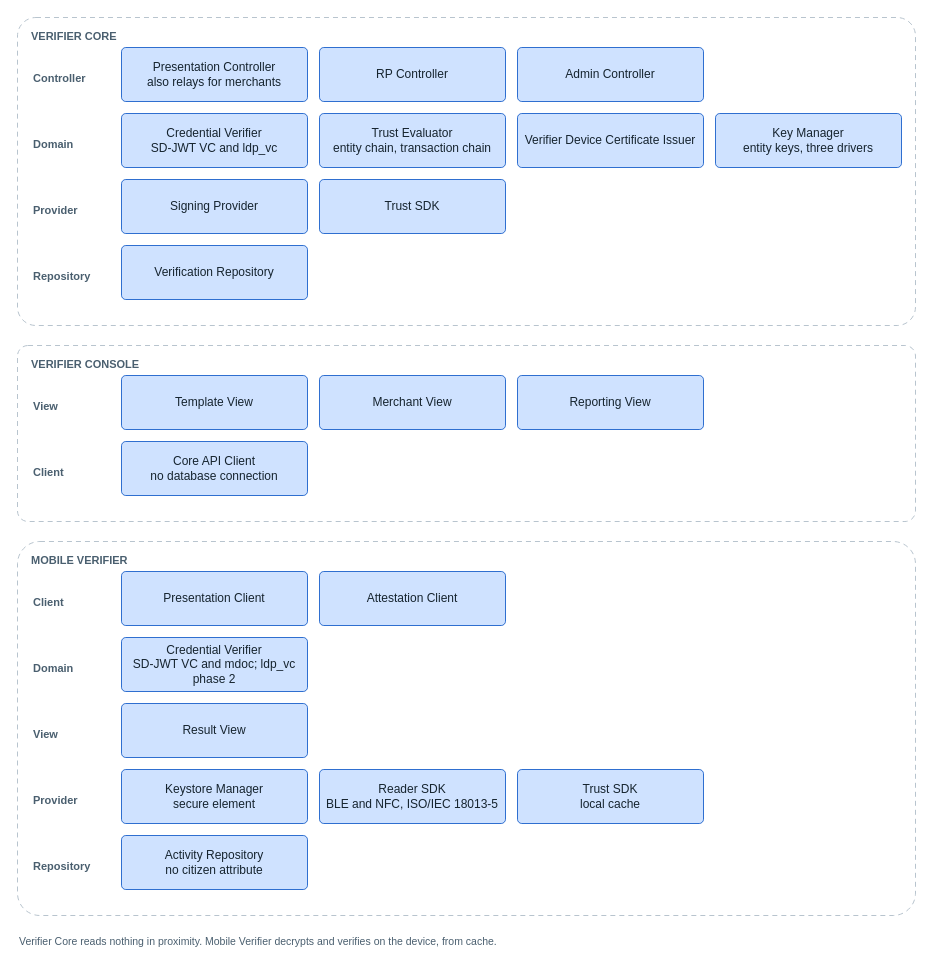
id-verifiable-credential-dev/id-doc-idctf keeps this draw.io diagram as images/architecture-framework/software-architecture/component-verifier-services.drawio. Above is the earlier version. Source tidied: cells renumbered, new cells numbered last; positions are measured from the earlier drawing's top-left corner, leaving out a move shared by most shapes. Both pictures are drawn from the tidied source at 100%, with x=0, y=0 at pixel (17, 17).
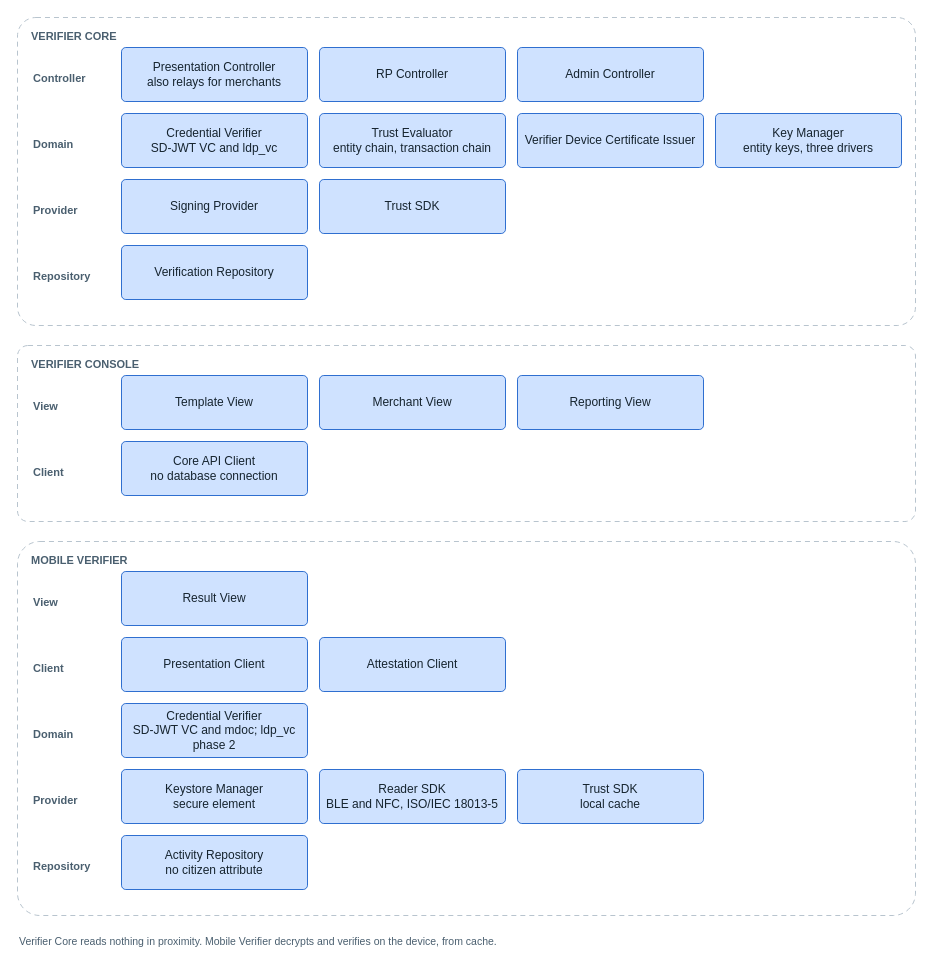
The same diagram, later.

Change to the diagram source:
```diff
@@
-    <mxCell id="25" value="Client" style="text;html=1;strokeColor=none;fillColor=none;align=left;verticalAlign=middle;fontSize=11;fontColor=#4a5f6f;fontStyle=1;" parent="1" vertex="1">
+    <mxCell id="25" value="View" style="text;html=1;strokeColor=none;fillColor=none;align=left;verticalAlign=middle;fontSize=11;fontColor=#4a5f6f;fontStyle=1;" parent="1" vertex="1">
       <mxGeometry x="14" y="575" width="100" height="20" as="geometry" />
     </mxCell>
-    <mxCell id="26" value="Presentation Client" style="rounded=1;arcSize=8;fillColor=#cfe2ff;strokeColor=#2f6fd0;fontSize=12;fontColor=#16242f;html=1;whiteSpace=wrap;verticalAlign=middle;" parent="1" vertex="1">
+    <mxCell id="26" value="Result View" style="rounded=1;arcSize=8;fillColor=#cfe2ff;strokeColor=#2f6fd0;fontSize=12;fontColor=#16242f;html=1;whiteSpace=wrap;verticalAlign=middle;" parent="1" vertex="1">
       <mxGeometry x="104" y="554" width="186" height="54" as="geometry" />
     </mxCell>
-    <mxCell id="27" value="Attestation Client" style="rounded=1;arcSize=8;fillColor=#cfe2ff;strokeColor=#2f6fd0;fontSize=12;fontColor=#16242f;html=1;whiteSpace=wrap;verticalAlign=middle;" parent="1" vertex="1">
-      <mxGeometry x="302" y="554" width="186" height="54" as="geometry" />
-    </mxCell>
-    <mxCell id="28" value="Domain" style="text;html=1;strokeColor=none;fillColor=none;align=left;verticalAlign=middle;fontSize=11;fontColor=#4a5f6f;fontStyle=1;" parent="1" vertex="1">
-      <mxGeometry x="14" y="641" width="100" height="20" as="geometry" />
-    </mxCell>
+    <mxCell id="39" value="Client" style="text;html=1;strokeColor=none;fillColor=none;align=left;verticalAlign=middle;fontSize=11;fontColor=#4a5f6f;fontStyle=1;" parent="1" vertex="1">
+      <mxGeometry x="14" y="641" width="100" height="20" as="geometry" />
+    </mxCell>
+    <mxCell id="40" value="Presentation Client" style="rounded=1;arcSize=8;fillColor=#cfe2ff;strokeColor=#2f6fd0;fontSize=12;fontColor=#16242f;html=1;whiteSpace=wrap;verticalAlign=middle;" parent="1" vertex="1">
+      <mxGeometry x="104" y="620" width="186" height="54" as="geometry" />
+    </mxCell>
-    <mxCell id="29" value="Credential Verifier&lt;br&gt;SD-JWT VC and mdoc; ldp_vc phase 2" style="rounded=1;arcSize=8;fillColor=#cfe2ff;strokeColor=#2f6fd0;fontSize=12;fontColor=#16242f;html=1;whiteSpace=wrap;verticalAlign=middle;" parent="1" vertex="1">
-      <mxGeometry x="104" y="620" width="186" height="54" as="geometry" />
+    <mxCell id="29" value="Attestation Client" style="rounded=1;arcSize=8;fillColor=#cfe2ff;strokeColor=#2f6fd0;fontSize=12;fontColor=#16242f;html=1;whiteSpace=wrap;verticalAlign=middle;" parent="1" vertex="1">
+      <mxGeometry x="302" y="620" width="186" height="54" as="geometry" />
     </mxCell>
-    <mxCell id="30" value="View" style="text;html=1;strokeColor=none;fillColor=none;align=left;verticalAlign=middle;fontSize=11;fontColor=#4a5f6f;fontStyle=1;" parent="1" vertex="1">
+    <mxCell id="30" value="Domain" style="text;html=1;strokeColor=none;fillColor=none;align=left;verticalAlign=middle;fontSize=11;fontColor=#4a5f6f;fontStyle=1;" parent="1" vertex="1">
       <mxGeometry x="14" y="707" width="100" height="20" as="geometry" />
     </mxCell>
-    <mxCell id="31" value="Result View" style="rounded=1;arcSize=8;fillColor=#cfe2ff;strokeColor=#2f6fd0;fontSize=12;fontColor=#16242f;html=1;whiteSpace=wrap;verticalAlign=middle;" parent="1" vertex="1">
+    <mxCell id="31" value="Credential Verifier&lt;br&gt;SD-JWT VC and mdoc; ldp_vc phase 2" style="rounded=1;arcSize=8;fillColor=#cfe2ff;strokeColor=#2f6fd0;fontSize=12;fontColor=#16242f;html=1;whiteSpace=wrap;verticalAlign=middle;" parent="1" vertex="1">
       <mxGeometry x="104" y="686" width="186" height="54" as="geometry" />
     </mxCell>
```
